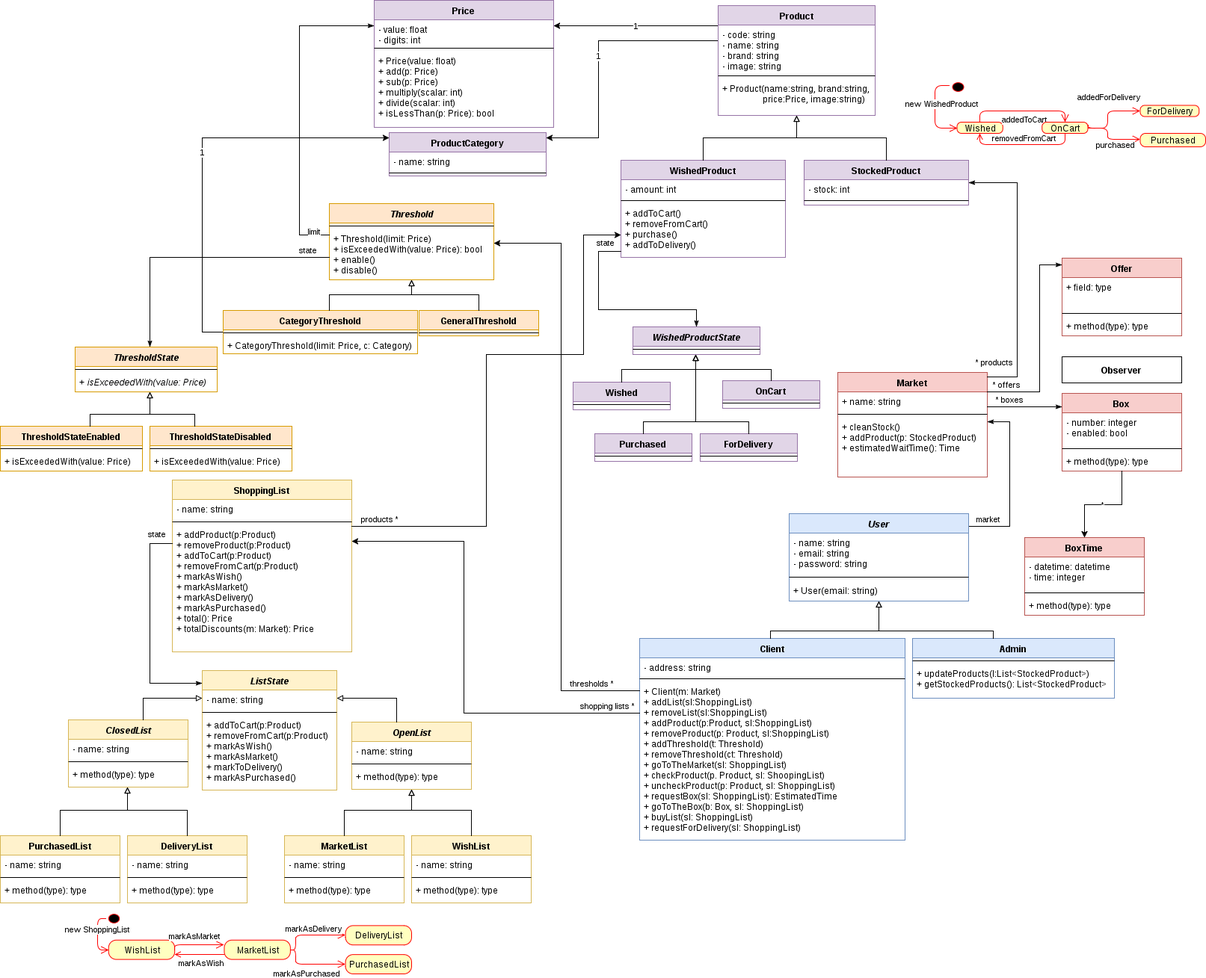
The draw.io diagram doc/design.png in laendoor/unq-desapp-aloloco-back, before a commit. Source tidied: cells renumbered, new cells last; positions are measured from the earlier drawing's top-left corner, leaving out a move shared by most shapes.
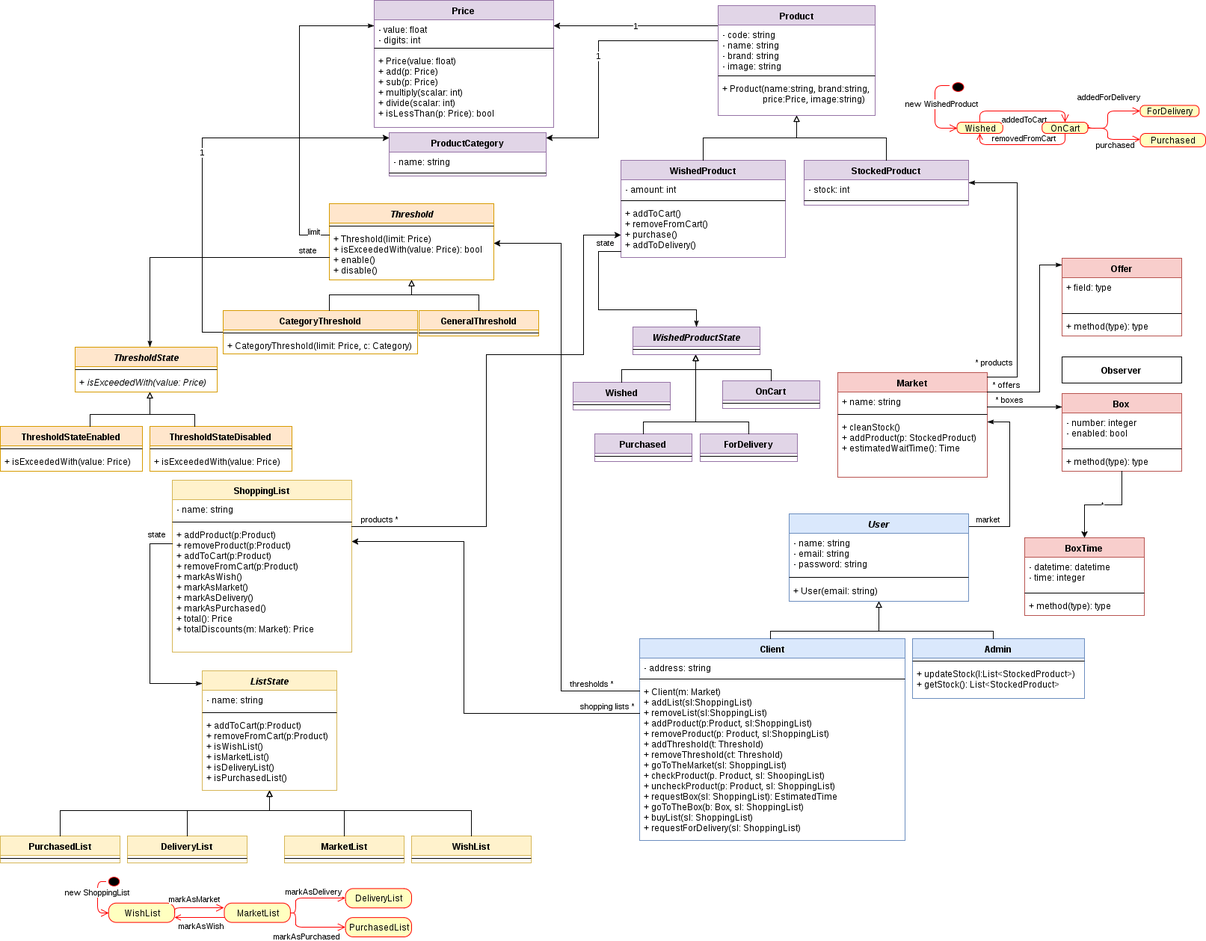
Above is the later version.

The edit, as a diff of the source:
```diff
@@ -192,17 +192,11 @@
       <mxGeometry x="1420" y="477" width="160" height="35" as="geometry" />
     </mxCell>
     <mxCell id="51" value="WishList" style="swimlane;html=1;fontStyle=1;align=center;verticalAlign=top;horizontal=1;startSize=26;swimlaneFillColor=#ffffff;fillColor=#fff2cc;strokeColor=#d6b656;" parent="1" vertex="1">
-      <mxGeometry x="550" y="1118" width="160" height="90" as="geometry" />
+      <mxGeometry x="550" y="1118" width="160" height="36" as="geometry" />
     </mxCell>
-    <mxCell id="52" value="- name: string" style="text;html=1;strokeColor=none;fillColor=none;align=left;verticalAlign=top;spacingLeft=4;spacingRight=4;whiteSpace=wrap;overflow=hidden;" parent="51" vertex="1">
-      <mxGeometry y="26" width="160" height="26" as="geometry" />
-    </mxCell>
     <mxCell id="53" style="line;html=1;strokeWidth=1;fillColor=none;align=left;verticalAlign=middle;spacingTop=-1;spacingLeft=3;spacingRight=3;labelPosition=right;" parent="51" vertex="1">
-      <mxGeometry y="52" width="160" height="8" as="geometry" />
+      <mxGeometry y="26" width="160" height="8" as="geometry" />
     </mxCell>
-    <mxCell id="54" value="+ method(type): type" style="text;html=1;strokeColor=none;fillColor=none;align=left;verticalAlign=top;spacingLeft=4;spacingRight=4;whiteSpace=wrap;overflow=hidden;" parent="51" vertex="1">
-      <mxGeometry y="60" width="160" height="26" as="geometry" />
-    </mxCell>
     <mxCell id="55" value="&lt;i&gt;ListState&lt;/i&gt;" style="swimlane;html=1;fontStyle=1;align=center;verticalAlign=top;horizontal=1;startSize=26;swimlaneFillColor=#ffffff;fillColor=#fff2cc;strokeColor=#d6b656;" parent="1" vertex="1">
       <mxGeometry x="270" y="897" width="180" height="160" as="geometry" />
     </mxCell>
@@ -212,50 +206,36 @@
     <mxCell id="57" style="line;html=1;strokeWidth=1;fillColor=none;align=left;verticalAlign=middle;spacingTop=-1;spacingLeft=3;spacingRight=3;labelPosition=right;" parent="55" vertex="1">
       <mxGeometry y="52" width="180" height="8" as="geometry" />
     </mxCell>
-    <mxCell id="58" value="&lt;div&gt;+ addToCart(p:Product)&lt;/div&gt;&lt;div&gt;+ removeFromCart(p:Product)&lt;/div&gt;&lt;div&gt;+ markAsWish()&lt;/div&gt;&lt;div&gt;+ markAsMarket()&lt;/div&gt;&lt;div&gt;+ markToDelivery()&lt;/div&gt;&lt;div&gt;+ markAsPurchased()&lt;/div&gt;" style="text;html=1;strokeColor=none;fillColor=none;align=left;verticalAlign=top;spacingLeft=4;spacingRight=4;whiteSpace=wrap;overflow=hidden;" parent="55" vertex="1">
+    <mxCell id="58" value="&lt;div&gt;+ addToCart(p:Product)&lt;/div&gt;&lt;div&gt;+ removeFromCart(p:Product)&lt;/div&gt;&lt;div&gt;+ isWishList()&lt;/div&gt;&lt;div&gt;+ isMarketList()&lt;/div&gt;&lt;div&gt;+ isDeliveryList()&lt;/div&gt;&lt;div&gt;+ isPurchasedList()&lt;/div&gt;" style="text;html=1;strokeColor=none;fillColor=none;align=left;verticalAlign=top;spacingLeft=4;spacingRight=4;whiteSpace=wrap;overflow=hidden;" parent="55" vertex="1">
       <mxGeometry y="60" width="180" height="100" as="geometry" />
     </mxCell>
     <mxCell id="59" value="MarketList" style="swimlane;html=1;fontStyle=1;align=center;verticalAlign=top;horizontal=1;startSize=26;swimlaneFillColor=#ffffff;fillColor=#fff2cc;strokeColor=#d6b656;" parent="1" vertex="1">
-      <mxGeometry x="380" y="1118" width="160" height="90" as="geometry" />
+      <mxGeometry x="380" y="1118" width="160" height="36" as="geometry" />
     </mxCell>
-    <mxCell id="60" value="- name: string" style="text;html=1;strokeColor=none;fillColor=none;align=left;verticalAlign=top;spacingLeft=4;spacingRight=4;whiteSpace=wrap;overflow=hidden;" parent="59" vertex="1">
-      <mxGeometry y="26" width="160" height="26" as="geometry" />
-    </mxCell>
     <mxCell id="61" style="line;html=1;strokeWidth=1;fillColor=none;align=left;verticalAlign=middle;spacingTop=-1;spacingLeft=3;spacingRight=3;labelPosition=right;" parent="59" vertex="1">
-      <mxGeometry y="52" width="160" height="8" as="geometry" />
+      <mxGeometry y="26" width="160" height="8" as="geometry" />
     </mxCell>
-    <mxCell id="62" value="+ method(type): type" style="text;html=1;strokeColor=none;fillColor=none;align=left;verticalAlign=top;spacingLeft=4;spacingRight=4;whiteSpace=wrap;overflow=hidden;" parent="59" vertex="1">
-      <mxGeometry y="60" width="160" height="26" as="geometry" />
-    </mxCell>
     <mxCell id="63" value="DeliveryList" style="swimlane;html=1;fontStyle=1;align=center;verticalAlign=top;horizontal=1;startSize=26;swimlaneFillColor=#ffffff;fillColor=#fff2cc;strokeColor=#d6b656;" parent="1" vertex="1">
-      <mxGeometry x="170" y="1118" width="160" height="90" as="geometry" />
+      <mxGeometry x="170" y="1118" width="160" height="36" as="geometry" />
     </mxCell>
-    <mxCell id="64" value="- name: string" style="text;html=1;strokeColor=none;fillColor=none;align=left;verticalAlign=top;spacingLeft=4;spacingRight=4;whiteSpace=wrap;overflow=hidden;" parent="63" vertex="1">
-      <mxGeometry y="26" width="160" height="26" as="geometry" />
-    </mxCell>
     <mxCell id="65" style="line;html=1;strokeWidth=1;fillColor=none;align=left;verticalAlign=middle;spacingTop=-1;spacingLeft=3;spacingRight=3;labelPosition=right;" parent="63" vertex="1">
-      <mxGeometry y="52" width="160" height="8" as="geometry" />
+      <mxGeometry y="26" width="160" height="8" as="geometry" />
     </mxCell>
-    <mxCell id="66" value="+ method(type): type" style="text;html=1;strokeColor=none;fillColor=none;align=left;verticalAlign=top;spacingLeft=4;spacingRight=4;whiteSpace=wrap;overflow=hidden;" parent="63" vertex="1">
-      <mxGeometry y="60" width="160" height="26" as="geometry" />
-    </mxCell>
-    <mxCell id="67" style="edgeStyle=orthogonalEdgeStyle;rounded=0;html=1;startArrow=none;startFill=0;endArrow=block;endFill=0;jettySize=auto;orthogonalLoop=1;" parent="1" edge="1">
+    <mxCell id="67" style="edgeStyle=orthogonalEdgeStyle;rounded=0;html=1;startArrow=none;startFill=0;endArrow=block;endFill=0;jettySize=auto;" parent="1" edge="1" target="55">
       <mxGeometry relative="1" as="geometry">
         <mxPoint x="250" y="1118" as="sourcePoint" />
-        <mxPoint x="170" y="1053" as="targetPoint" />
         <Array as="points">
           <mxPoint x="250" y="1084" />
-          <mxPoint x="170" y="1084" />
+          <mxPoint x="360" y="1084" />
         </Array>
       </mxGeometry>
     </mxCell>
-    <mxCell id="68" style="edgeStyle=orthogonalEdgeStyle;rounded=0;html=1;startArrow=none;startFill=0;endArrow=block;endFill=0;jettySize=auto;orthogonalLoop=1;" parent="1" edge="1">
+    <mxCell id="68" style="edgeStyle=orthogonalEdgeStyle;rounded=0;html=1;startArrow=none;startFill=0;endArrow=block;endFill=0;jettySize=auto;" parent="1" edge="1" target="55">
       <mxGeometry relative="1" as="geometry">
         <mxPoint x="460" y="1118" as="sourcePoint" />
-        <mxPoint x="550" y="1056" as="targetPoint" />
         <Array as="points">
           <mxPoint x="460" y="1084" />
-          <mxPoint x="550" y="1084" />
+          <mxPoint x="360" y="1084" />
         </Array>
       </mxGeometry>
     </mxCell>
@@ -276,24 +256,17 @@
       </mxGeometry>
     </mxCell>
     <mxCell id="71" value="PurchasedList" style="swimlane;html=1;fontStyle=1;align=center;verticalAlign=top;horizontal=1;startSize=26;swimlaneFillColor=#ffffff;fillColor=#fff2cc;strokeColor=#d6b656;" parent="1" vertex="1">
-      <mxGeometry y="1118" width="160" height="90" as="geometry" />
+      <mxGeometry y="1118" width="160" height="36" as="geometry" />
     </mxCell>
-    <mxCell id="72" value="- name: string" style="text;html=1;strokeColor=none;fillColor=none;align=left;verticalAlign=top;spacingLeft=4;spacingRight=4;whiteSpace=wrap;overflow=hidden;" parent="71" vertex="1">
-      <mxGeometry y="26" width="160" height="26" as="geometry" />
-    </mxCell>
     <mxCell id="73" style="line;html=1;strokeWidth=1;fillColor=none;align=left;verticalAlign=middle;spacingTop=-1;spacingLeft=3;spacingRight=3;labelPosition=right;" parent="71" vertex="1">
-      <mxGeometry y="52" width="160" height="8" as="geometry" />
+      <mxGeometry y="26" width="160" height="8" as="geometry" />
     </mxCell>
-    <mxCell id="74" value="+ method(type): type" style="text;html=1;strokeColor=none;fillColor=none;align=left;verticalAlign=top;spacingLeft=4;spacingRight=4;whiteSpace=wrap;overflow=hidden;" parent="71" vertex="1">
-      <mxGeometry y="60" width="160" height="26" as="geometry" />
-    </mxCell>
-    <mxCell id="75" style="edgeStyle=orthogonalEdgeStyle;rounded=0;html=1;startArrow=none;startFill=0;endArrow=block;endFill=0;jettySize=auto;orthogonalLoop=1;" parent="1" edge="1">
+    <mxCell id="75" style="edgeStyle=orthogonalEdgeStyle;rounded=0;html=1;startArrow=none;startFill=0;endArrow=block;endFill=0;jettySize=auto;" parent="1" edge="1" target="55">
       <mxGeometry relative="1" as="geometry">
         <mxPoint x="80" y="1118" as="sourcePoint" />
-        <mxPoint x="170" y="1053" as="targetPoint" />
         <Array as="points">
           <mxPoint x="80" y="1084" />
-          <mxPoint x="170" y="1084" />
+          <mxPoint x="360" y="1084" />
         </Array>
       </mxGeometry>
     </mxCell>
@@ -396,13 +369,13 @@
       <mxGeometry y="90" width="240" height="20" as="geometry" />
     </mxCell>
     <mxCell id="99" value="Admin" style="swimlane;html=1;fontStyle=1;align=center;verticalAlign=top;horizontal=1;startSize=26;swimlaneFillColor=#ffffff;fillColor=#dae8fc;strokeColor=#6c8ebf;" parent="1" vertex="1">
-      <mxGeometry x="1220" y="854" width="270" height="80" as="geometry" />
+      <mxGeometry x="1220" y="854" width="230" height="80" as="geometry" />
     </mxCell>
     <mxCell id="100" style="line;html=1;strokeWidth=1;fillColor=none;align=left;verticalAlign=middle;spacingTop=-1;spacingLeft=3;spacingRight=3;labelPosition=right;" parent="99" vertex="1">
-      <mxGeometry y="26" width="270" height="8" as="geometry" />
+      <mxGeometry y="26" width="230" height="8" as="geometry" />
     </mxCell>
-    <mxCell id="101" value="+ updateProducts(l:List&amp;lt;StockedProduct&amp;gt;)&lt;div&gt;+ getStockedProducts(): List&amp;lt;StockedProduct&amp;gt;&lt;/div&gt;" style="text;html=1;strokeColor=none;fillColor=none;align=left;verticalAlign=top;spacingLeft=4;spacingRight=4;whiteSpace=wrap;overflow=hidden;" parent="99" vertex="1">
-      <mxGeometry y="34" width="270" height="46" as="geometry" />
+    <mxCell id="101" value="+ updateStock(l:List&amp;lt;StockedProduct&amp;gt;)&lt;div&gt;+ getStock(): List&amp;lt;StockedProduct&amp;gt;&lt;/div&gt;" style="text;html=1;strokeColor=none;fillColor=none;align=left;verticalAlign=top;spacingLeft=4;spacingRight=4;whiteSpace=wrap;overflow=hidden;" parent="99" vertex="1">
+      <mxGeometry y="34" width="230" height="46" as="geometry" />
     </mxCell>
     <mxCell id="102" style="edgeStyle=orthogonalEdgeStyle;rounded=0;html=1;startArrow=none;startFill=0;endArrow=block;endFill=0;jettySize=auto;" parent="1" edge="1" source="15" target="95">
       <mxGeometry relative="1" as="geometry">
@@ -420,56 +393,15 @@
         </Array>
       </mxGeometry>
     </mxCell>
-    <mxCell id="104" style="edgeStyle=orthogonalEdgeStyle;rounded=0;html=1;startArrow=none;startFill=0;endArrow=block;endFill=0;jettySize=auto;orthogonalLoop=1;" parent="1" edge="1">
+    <mxCell id="104" style="edgeStyle=orthogonalEdgeStyle;rounded=0;html=1;startArrow=none;startFill=0;endArrow=block;endFill=0;jettySize=auto;" parent="1" edge="1" target="55">
       <mxGeometry relative="1" as="geometry">
         <mxPoint x="630" y="1118" as="sourcePoint" />
-        <mxPoint x="550" y="1056" as="targetPoint" />
         <Array as="points">
           <mxPoint x="630" y="1084" />
-          <mxPoint x="550" y="1084" />
+          <mxPoint x="360" y="1084" />
         </Array>
       </mxGeometry>
     </mxCell>
-    <mxCell id="105" value="&lt;i&gt;ClosedList&lt;/i&gt;" style="swimlane;html=1;fontStyle=1;align=center;verticalAlign=top;horizontal=1;startSize=26;swimlaneFillColor=#ffffff;fillColor=#fff2cc;strokeColor=#d6b656;" parent="1" vertex="1">
-      <mxGeometry x="91" y="963" width="160" height="90" as="geometry" />
-    </mxCell>
-    <mxCell id="106" value="- name: string" style="text;html=1;strokeColor=none;fillColor=none;align=left;verticalAlign=top;spacingLeft=4;spacingRight=4;whiteSpace=wrap;overflow=hidden;" parent="105" vertex="1">
-      <mxGeometry y="26" width="160" height="26" as="geometry" />
-    </mxCell>
-    <mxCell id="107" style="line;html=1;strokeWidth=1;fillColor=none;align=left;verticalAlign=middle;spacingTop=-1;spacingLeft=3;spacingRight=3;labelPosition=right;" parent="105" vertex="1">
-      <mxGeometry y="52" width="160" height="8" as="geometry" />
-    </mxCell>
-    <mxCell id="108" value="+ method(type): type" style="text;html=1;strokeColor=none;fillColor=none;align=left;verticalAlign=top;spacingLeft=4;spacingRight=4;whiteSpace=wrap;overflow=hidden;" parent="105" vertex="1">
-      <mxGeometry y="60" width="160" height="26" as="geometry" />
-    </mxCell>
-    <mxCell id="109" value="&lt;i&gt;OpenList&lt;/i&gt;" style="swimlane;html=1;fontStyle=1;align=center;verticalAlign=top;horizontal=1;startSize=26;swimlaneFillColor=#ffffff;fillColor=#fff2cc;strokeColor=#d6b656;" parent="1" vertex="1">
-      <mxGeometry x="470" y="966" width="160" height="90" as="geometry" />
-    </mxCell>
-    <mxCell id="110" value="- name: string" style="text;html=1;strokeColor=none;fillColor=none;align=left;verticalAlign=top;spacingLeft=4;spacingRight=4;whiteSpace=wrap;overflow=hidden;" parent="109" vertex="1">
-      <mxGeometry y="26" width="160" height="26" as="geometry" />
-    </mxCell>
-    <mxCell id="111" style="line;html=1;strokeWidth=1;fillColor=none;align=left;verticalAlign=middle;spacingTop=-1;spacingLeft=3;spacingRight=3;labelPosition=right;" parent="109" vertex="1">
-      <mxGeometry y="52" width="160" height="8" as="geometry" />
-    </mxCell>
-    <mxCell id="112" value="+ method(type): type" style="text;html=1;strokeColor=none;fillColor=none;align=left;verticalAlign=top;spacingLeft=4;spacingRight=4;whiteSpace=wrap;overflow=hidden;" parent="109" vertex="1">
-      <mxGeometry y="60" width="160" height="26" as="geometry" />
-    </mxCell>
-    <mxCell id="113" style="edgeStyle=orthogonalEdgeStyle;rounded=0;html=1;startArrow=none;startFill=0;endArrow=block;endFill=0;jettySize=auto;" parent="1" edge="1" source="105" target="55">
-      <mxGeometry relative="1" as="geometry">
-        <Array as="points">
-          <mxPoint x="191" y="934" />
-          <mxPoint x="360" y="934" />
-        </Array>
-      </mxGeometry>
-    </mxCell>
-    <mxCell id="114" style="edgeStyle=orthogonalEdgeStyle;rounded=0;html=1;startArrow=none;startFill=0;endArrow=block;endFill=0;jettySize=auto;" parent="1" edge="1" source="109" target="55">
-      <mxGeometry relative="1" as="geometry">
-        <Array as="points">
-          <mxPoint x="530" y="934" />
-          <mxPoint x="360" y="934" />
-        </Array>
-      </mxGeometry>
-    </mxCell>
     <mxCell id="115" value="state" style="edgeStyle=orthogonalEdgeStyle;rounded=0;html=1;startArrow=none;startFill=0;endArrow=classicThin;endFill=1;jettySize=auto;orthogonalLoop=1;" parent="1" edge="1">
       <mxGeometry x="-0.85" y="-12" relative="1" as="geometry">
         <mxPoint x="830" y="336" as="sourcePoint" />
@@ -540,7 +472,7 @@
       </mxGeometry>
     </mxCell>
     <mxCell id="127" style="group;" parent="1" vertex="1">
-      <mxGeometry x="130" y="1219" width="420" height="84" as="geometry" />
+      <mxGeometry x="130" y="1169" width="420" height="84" as="geometry" />
     </mxCell>
     <mxCell id="128" style="ellipse;html=1;shape=startState;fillColor=#000000;strokeColor=#ff0000;" parent="127" vertex="1">
       <mxGeometry x="11.1" width="22.1" height="19.4" as="geometry" />
```
